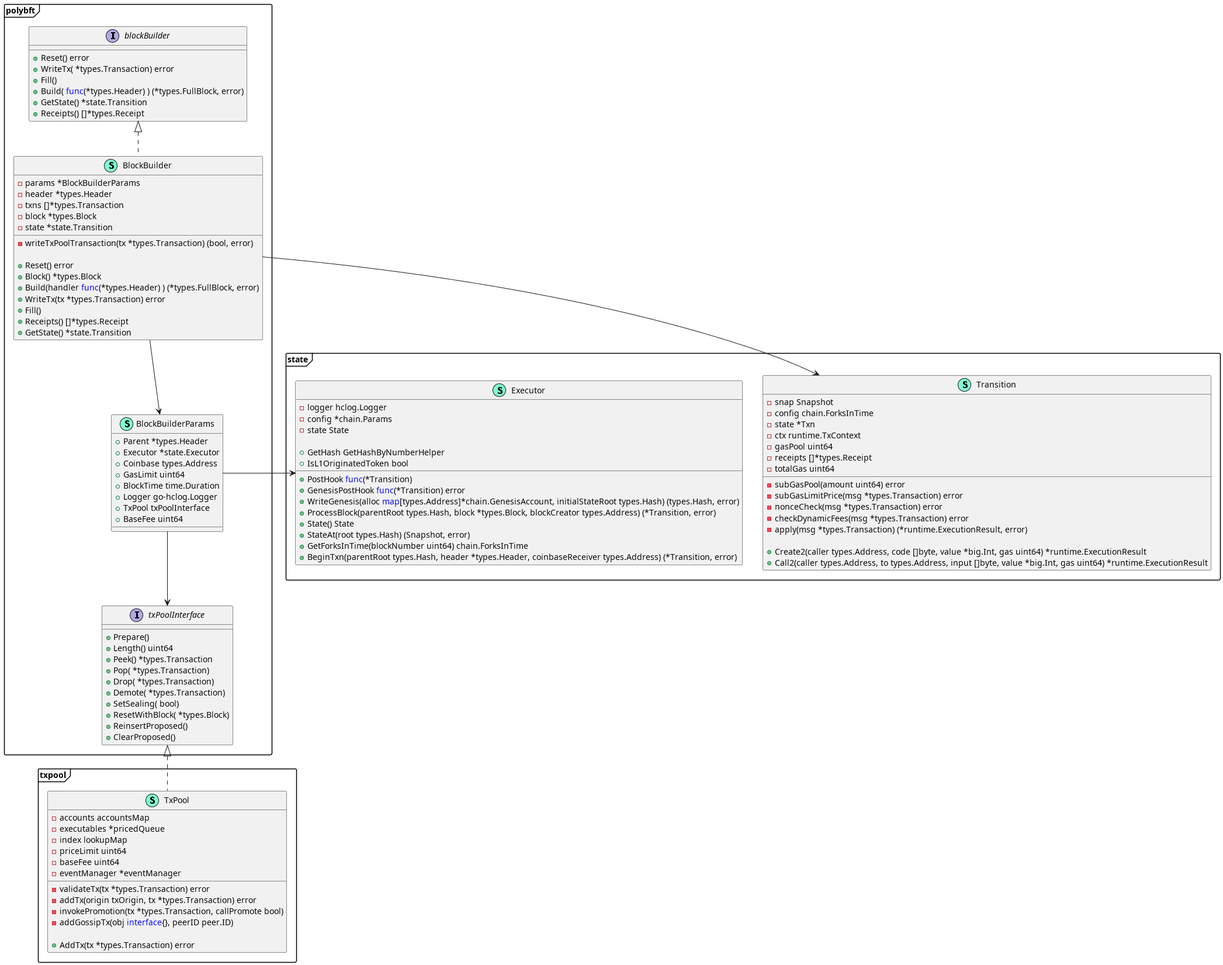
This is gitbook/.gitbook/assets/polybft_block_creation.png from Ethernal-Tech/blade-legacy, a PlantUML export, as it was before one commit. Source of this version:
```plantuml
@startuml
skinparam packageStyle frame
namespace polybft {
    class BlockBuilder << (S,Aquamarine) >> {
        - params *BlockBuilderParams
        - header *types.Header
        - txns []*types.Transaction
        - block *types.Block
        - state *state.Transition

        - writeTxPoolTransaction(tx *types.Transaction) (bool, error)

        + Reset() error
        + Block() *types.Block
        + Build(handler <font color=blue>func</font>(*types.Header) ) (*types.FullBlock, error)
        + WriteTx(tx *types.Transaction) error
        + Fill()
        + Receipts() []*types.Receipt
        + GetState() *state.Transition

    }
    class BlockBuilderParams << (S,Aquamarine) >> {
        + Parent *types.Header
        + Executor *state.Executor
        + Coinbase types.Address
        + GasLimit uint64
        + BlockTime time.Duration
        + Logger go-hclog.Logger
        + TxPool txPoolInterface
        + BaseFee uint64

    }

    interface blockBuilder  {
        + Reset() error
        + WriteTx( *types.Transaction) error
        + Fill()
        + Build( <font color=blue>func</font>(*types.Header) ) (*types.FullBlock, error)
        + GetState() *state.Transition
        + Receipts() []*types.Receipt

    }



    interface txPoolInterface  {
        + Prepare()
        + Length() uint64
        + Peek() *types.Transaction
        + Pop( *types.Transaction)
        + Drop( *types.Transaction)
        + Demote( *types.Transaction)
        + SetSealing( bool)
        + ResetWithBlock( *types.Block)
        + ReinsertProposed()
        + ClearProposed()

    }
}

namespace txpool {

    class TxPool << (S,Aquamarine) >> {
        - accounts accountsMap
        - executables *pricedQueue
        - index lookupMap
        - priceLimit uint64
        - baseFee uint64
        - eventManager *eventManager

        - validateTx(tx *types.Transaction) error
        - addTx(origin txOrigin, tx *types.Transaction) error
        - invokePromotion(tx *types.Transaction, callPromote bool)
        - addGossipTx(obj <font color=blue>interface</font>{}, peerID peer.ID)

        + AddTx(tx *types.Transaction) error
    }
}
namespace state{

    class Transition << (S,Aquamarine) >> {
        - snap Snapshot
        - config chain.ForksInTime
        - state *Txn
        - ctx runtime.TxContext
        - gasPool uint64
        - receipts []*types.Receipt
        - totalGas uint64

        - subGasPool(amount uint64) error
        - subGasLimitPrice(msg *types.Transaction) error
        - nonceCheck(msg *types.Transaction) error
        - checkDynamicFees(msg *types.Transaction) error
        - apply(msg *types.Transaction) (*runtime.ExecutionResult, error)

        + Create2(caller types.Address, code []byte, value *big.Int, gas uint64) *runtime.ExecutionResult
        + Call2(caller types.Address, to types.Address, input []byte, value *big.Int, gas uint64) *runtime.ExecutionResult

    }
    class Executor << (S,Aquamarine) >> {
        - logger hclog.Logger
        - config *chain.Params
        - state State

        + GetHash GetHashByNumberHelper
        + PostHook <font color=blue>func</font>(*Transition)
        + GenesisPostHook <font color=blue>func</font>(*Transition) error
        + IsL1OriginatedToken bool

        + WriteGenesis(alloc <font color=blue>map</font>[types.Address]*chain.GenesisAccount, initialStateRoot types.Hash) (types.Hash, error)
        + ProcessBlock(parentRoot types.Hash, block *types.Block, blockCreator types.Address) (*Transition, error)
        + State() State
        + StateAt(root types.Hash) (Snapshot, error)
        + GetForksInTime(blockNumber uint64) chain.ForksInTime
        + BeginTxn(parentRoot types.Hash, header *types.Header, coinbaseReceiver types.Address) (*Transition, error)

    }
}

"polybft.blockBuilder" <|.. "polybft.BlockBuilder"
"polybft.txPoolInterface" <|.. "txpool.TxPool"
"polybft.BlockBuilderParams" --> "polybft.txPoolInterface"
"polybft.BlockBuilder" -->  "polybft.BlockBuilderParams"
"polybft.BlockBuilder" -r->  "state.Transition"
"polybft.BlockBuilderParams" -r-> "state.Executor"


@enduml
```
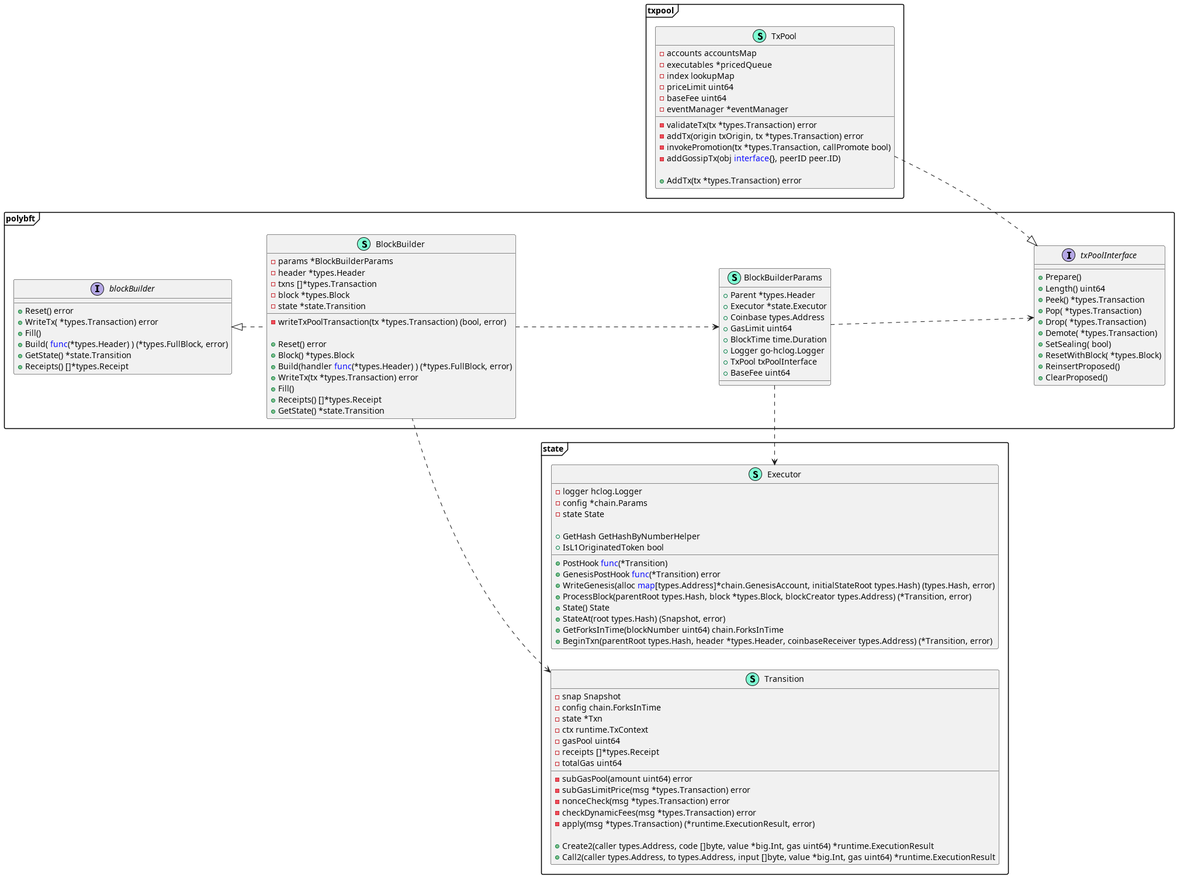
After the change.

The edit, as a diff of the source:
```diff
@@ -1,5 +1,6 @@
 @startuml
 skinparam packageStyle frame
+left to right direction
 namespace polybft {
     class BlockBuilder << (S,Aquamarine) >> {
         - params *BlockBuilderParams
@@ -118,11 +119,11 @@
 }
 
 "polybft.blockBuilder" <|.. "polybft.BlockBuilder"
-"polybft.txPoolInterface" <|.. "txpool.TxPool"
-"polybft.BlockBuilderParams" --> "polybft.txPoolInterface"
-"polybft.BlockBuilder" -->  "polybft.BlockBuilderParams"
-"polybft.BlockBuilder" -r->  "state.Transition"
-"polybft.BlockBuilderParams" -r-> "state.Executor"
+"polybft.txPoolInterface" <|.u. "txpool.TxPool"
+"polybft.BlockBuilderParams" ..> "polybft.txPoolInterface"
+"polybft.BlockBuilder" ..> "polybft.BlockBuilderParams"
+"polybft.BlockBuilder" .u.>  "state.Transition"
+"polybft.BlockBuilderParams" .r.> "state.Executor"
 
 
 @enduml
```
